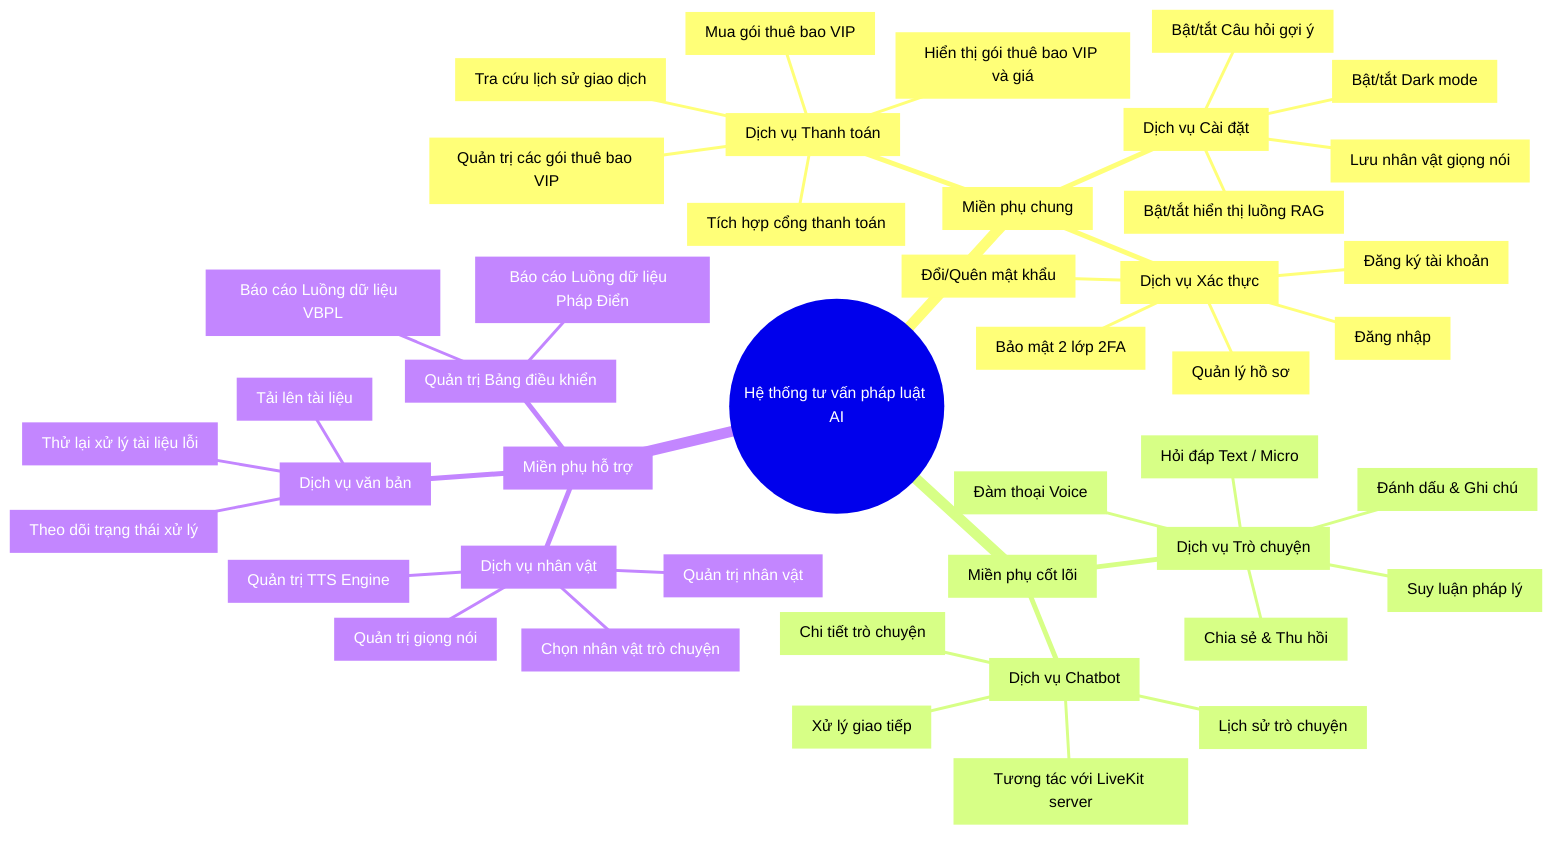
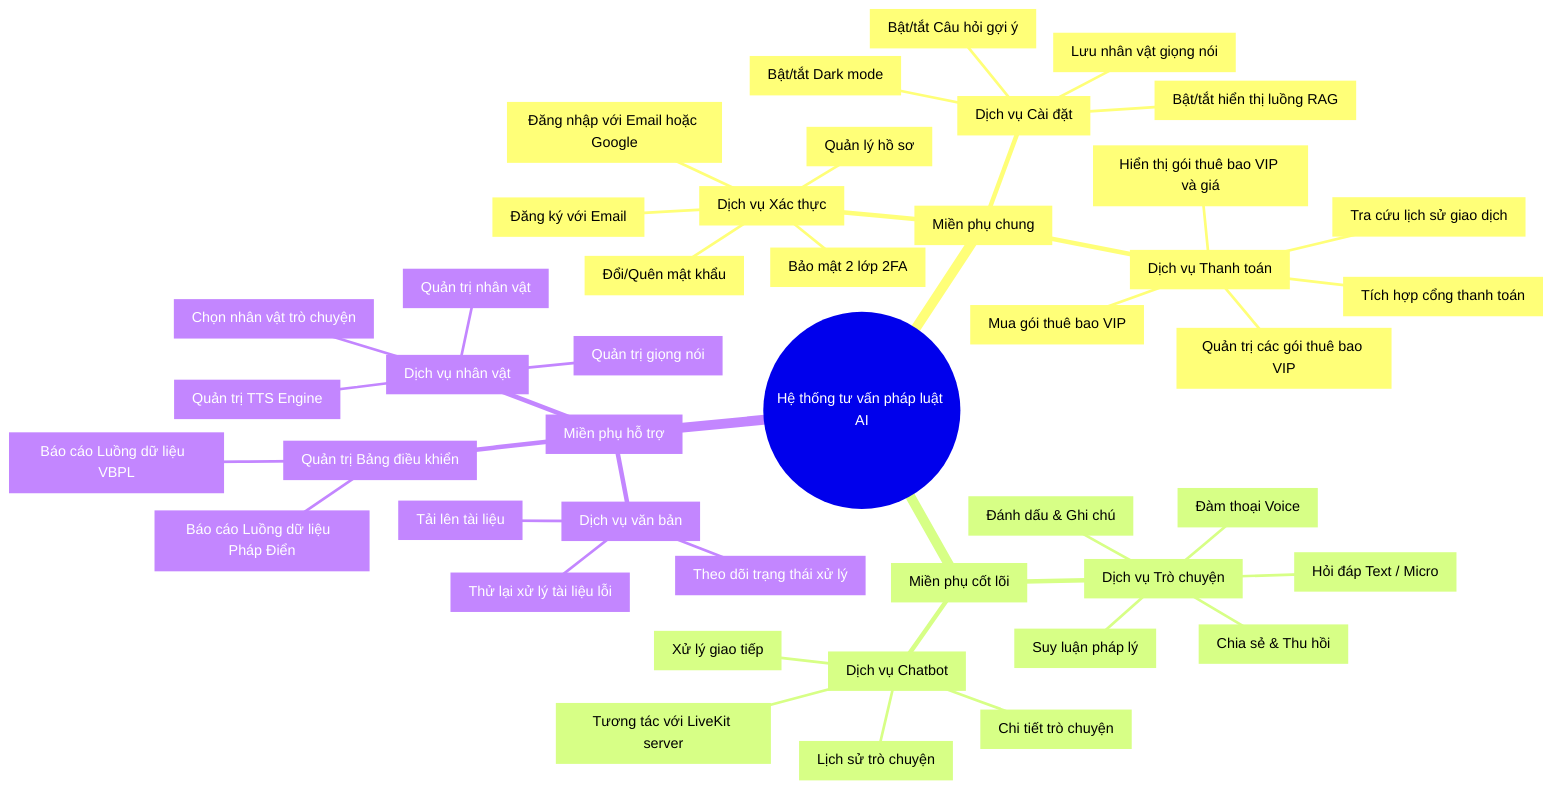
mindmap
  root((Hệ thống tư vấn pháp luật AI))
    Generic["Miền phụ chung"]
      Auth["Dịch vụ Xác thực"]
-         Register["Đăng ký tài khoản"]
-         Login["Đăng nhập"]
+         Register["Đăng ký với Email"]
+         Login["Đăng nhập với Email hoặc Google"]
        MFA["Bảo mật 2 lớp 2FA"]
        Profile["Quản lý hồ sơ"]
        Password["Đổi/Quên mật khẩu"]
      Settings["Dịch vụ Cài đặt"]
        Voice_Save["Lưu nhân vật giọng nói"]
        DarkMode["Bật/tắt Dark mode"]
        Suggest["Bật/tắt Câu hỏi gợi ý"]
        RAG_View["Bật/tắt hiển thị luồng RAG"]
      Payment["Dịch vụ Thanh toán"]
        View_Price["Hiển thị gói thuê bao VIP và giá"]
        Purchase_VIP["Mua gói thuê bao VIP"]
        Txn_History["Tra cứu lịch sử giao dịch"]
        Manage_Plans["Quản trị các gói thuê bao VIP"]
        Payment_Gateway["Tích hợp cổng thanh toán"]
    Core["Miền phụ cốt lõi"]
      Conversation["Dịch vụ Trò chuyện"]
        Chat["Hỏi đáp Text / Micro"]
        Bookmark["Đánh dấu & Ghi chú"]
        Share["Chia sẻ & Thu hồi"]
        Reasoning["Suy luận pháp lý"]
        VoiceChat["Đàm thoại Voice"]
      Chatbot["Dịch vụ Chatbot"]
        Chatbot_Comm["Xử lý giao tiếp"]
        Chatbot_Hist["Lịch sử trò chuyện"]
        Chatbot_Detail["Chi tiết trò chuyện"]
        LiveKit["Tương tác với LiveKit server"]
    Supporting["Miền phụ hỗ trợ"]
      Document["Dịch vụ văn bản"]
        Upload_Doc["Tải lên tài liệu"]
        Doc_Status["Theo dõi trạng thái xử lý"]
        Retry_Doc["Thử lại xử lý tài liệu lỗi"]
      Persona["Dịch vụ nhân vật"]
        Select["Chọn nhân vật trò chuyện"]
        Manage_Persona["Quản trị nhân vật"]
        Manage_TTS_Engine["Quản trị TTS Engine"]
        Manage_Voice["Quản trị giọng nói"]
      Dashboard["Quản trị Bảng điều khiển"]
        VBPL_Pipeline["Báo cáo Luồng dữ liệu  VBPL"]
        PhapDien_Pipeline["Báo cáo Luồng dữ liệu  Pháp Điển"]
